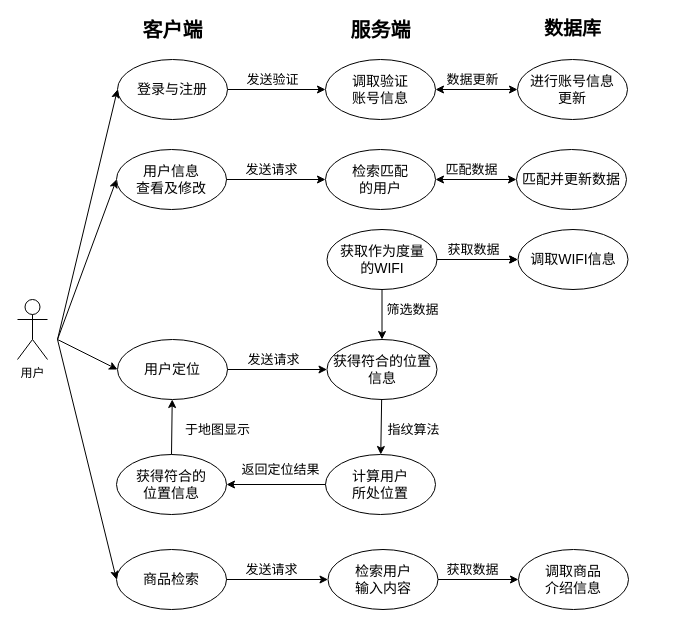
Witchcraft-Jasper/SWIEAGO keeps this draw.io diagram as graphs/use-case.drawio. Above is the earlier version. Source tidied: cells renumbered, new cells numbered last; positions are measured from the earlier drawing's top-left corner, leaving out a move shared by most shapes. Both pictures are drawn from the tidied source at 100%, with x=0, y=0 at pixel (17, 19).
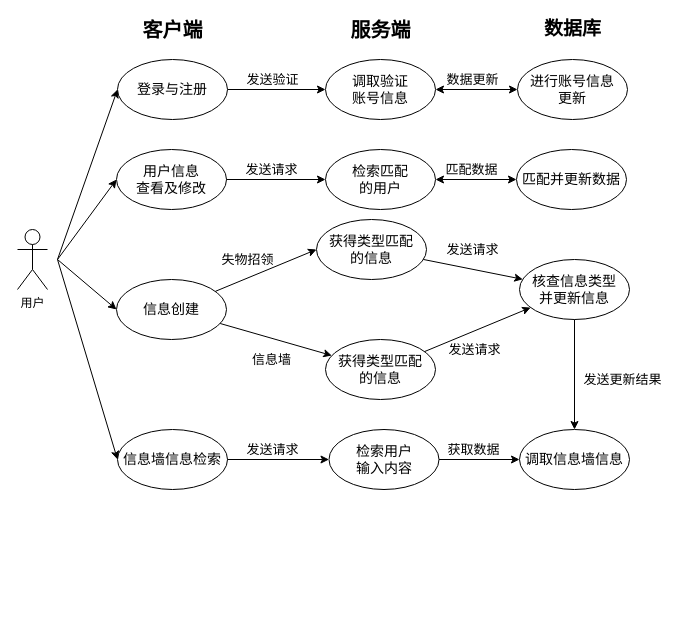
The same diagram, later.

The change refers to these unchanged cells:
```xml
<mxCell id="5" value="登录与注册" style="ellipse;whiteSpace=wrap;html=1;fontSize=14;" parent="1" vertex="1">
  <mxGeometry x="100" y="40" width="110" height="60" as="geometry" />
</mxCell>
<mxCell id="20" value="用户信息&lt;br&gt;查看及修改" style="ellipse;whiteSpace=wrap;html=1;fontSize=14;" parent="1" vertex="1">
  <mxGeometry x="99" y="130" width="110" height="60" as="geometry" />
</mxCell>
```

Change to the diagram source:
```diff
@@
     <mxCell id="2" value="用户" style="shape=umlActor;verticalLabelPosition=bottom;verticalAlign=top;html=1;" parent="1" vertex="1">
-      <mxGeometry y="280" width="30" height="60" as="geometry" />
+      <mxGeometry y="210" width="30" height="60" as="geometry" />
     </mxCell>
@@
     <mxCell id="6" style="endArrow=classic;html=1;fontSize=14;entryX=0;entryY=0.5;entryDx=0;entryDy=0;" parent="1" edge="1" target="5">
       <mxGeometry relative="1" as="geometry">
-        <mxPoint x="40" y="320" as="sourcePoint" />
+        <mxPoint x="40" y="240" as="sourcePoint" />
       </mxGeometry>
     </mxCell>
-    <mxCell id="7" value="用户定位" style="ellipse;whiteSpace=wrap;html=1;fontSize=14;" parent="1" vertex="1">
-      <mxGeometry x="100" y="320" width="110" height="60" as="geometry" />
+    <mxCell id="7" value="信息创建" style="ellipse;whiteSpace=wrap;html=1;fontSize=14;" parent="1" vertex="1">
+      <mxGeometry x="99" y="260" width="110" height="60" as="geometry" />
     </mxCell>
     <mxCell id="8" style="endArrow=classic;html=1;fontSize=14;entryX=0;entryY=0.5;entryDx=0;entryDy=0;" parent="1" edge="1" target="7">
       <mxGeometry relative="1" as="geometry">
-        <mxPoint x="40" y="320" as="sourcePoint" />
+        <mxPoint x="40" y="240" as="sourcePoint" />
       </mxGeometry>
     </mxCell>
@@
-    <mxCell id="10" value="获得符合的位置信息" style="ellipse;whiteSpace=wrap;html=1;fontSize=14;" parent="1" vertex="1">
-      <mxGeometry x="309.5" y="320" width="110" height="60" as="geometry" />
+    <mxCell id="10" value="获得类型匹配&lt;br&gt;的信息" style="ellipse;whiteSpace=wrap;html=1;fontSize=14;" parent="1" vertex="1">
+      <mxGeometry x="299" y="200" width="110" height="60" as="geometry" />
     </mxCell>
-    <mxCell id="11" style="endArrow=classic;html=1;fontSize=14;exitX=1;exitY=0.5;exitDx=0;exitDy=0;entryX=0;entryY=0.5;entryDx=0;entryDy=0;" parent="1" edge="1" source="7" target="10">
+    <mxCell id="11" style="endArrow=classic;html=1;fontSize=14;entryX=0;entryY=0.5;entryDx=0;entryDy=0;" parent="1" edge="1" source="7" target="10">
       <mxGeometry relative="1" as="geometry" />
     </mxCell>
     <mxCell id="12" value="&lt;font style=&quot;font-size: 13px&quot;&gt;发送请求&lt;/font&gt;" style="text;html=1;align=center;verticalAlign=middle;strokeColor=none;fontSize=14;" parent="1" vertex="1">
-      <mxGeometry x="220.5" y="330" width="70" height="20" as="geometry" />
+      <mxGeometry x="420" y="220" width="70" height="20" as="geometry" />
     </mxCell>
@@
     <mxCell id="19" style="endArrow=classic;html=1;fontSize=14;entryX=0;entryY=0.5;entryDx=0;entryDy=0;" parent="1" edge="1" target="20">
       <mxGeometry relative="1" as="geometry">
-        <mxPoint x="40" y="320" as="sourcePoint" />
+        <mxPoint x="40" y="240" as="sourcePoint" />
       </mxGeometry>
     </mxCell>
@@
-    <mxCell id="26" value="获取作为度量&lt;br&gt;的WIFI" style="ellipse;whiteSpace=wrap;html=1;fontSize=14;" parent="1" vertex="1">
-      <mxGeometry x="309.5" y="210" width="110" height="60" as="geometry" />
-    </mxCell>
-    <mxCell id="27" value="调取WIFI信息" style="ellipse;whiteSpace=wrap;html=1;fontSize=14;" parent="1" vertex="1">
-      <mxGeometry x="500.5" y="210" width="110" height="60" as="geometry" />
-    </mxCell>
-    <mxCell id="28" value="&lt;font style=&quot;font-size: 13px&quot;&gt;获取数据&lt;/font&gt;" style="text;html=1;align=center;verticalAlign=middle;strokeColor=none;fontSize=14;" parent="1" vertex="1">
-      <mxGeometry x="420.5" y="220" width="70" height="20" as="geometry" />
-    </mxCell>
@@
-    <mxCell id="30" style="endArrow=classic;html=1;" parent="1" edge="1" source="26" target="27">
-      <mxGeometry relative="1" as="geometry" />
-    </mxCell>
-    <mxCell id="31" style="endArrow=classic;html=1;" parent="1" edge="1" source="26" target="10">
-      <mxGeometry relative="1" as="geometry" />
-    </mxCell>
-    <mxCell id="32" value="&lt;font style=&quot;font-size: 13px&quot;&gt;筛选数据&lt;/font&gt;" style="text;html=1;align=center;verticalAlign=middle;strokeColor=none;rotation=0;" parent="1" vertex="1">
-      <mxGeometry x="360" y="280" width="70" height="20" as="geometry" />
-    </mxCell>
-    <mxCell id="33" value="计算用户&lt;br&gt;所处位置" style="ellipse;whiteSpace=wrap;html=1;fontSize=14;" parent="1" vertex="1">
-      <mxGeometry x="308" y="435" width="110" height="60" as="geometry" />
+    <mxCell id="33" value="核查信息类型&lt;br&gt;并更新信息" style="ellipse;whiteSpace=wrap;html=1;fontSize=14;" parent="1" vertex="1">
+      <mxGeometry x="502" y="240" width="110" height="60" as="geometry" />
     </mxCell>
@@
-    <mxCell id="35" value="获得符合的&lt;br&gt;位置信息" style="ellipse;whiteSpace=wrap;html=1;fontSize=14;" parent="1" vertex="1">
-      <mxGeometry x="99" y="435" width="110" height="60" as="geometry" />
+    <mxCell id="35" value="获得类型匹配&lt;br&gt;的信息" style="ellipse;whiteSpace=wrap;html=1;fontSize=14;" parent="1" vertex="1">
+      <mxGeometry x="308" y="320" width="110" height="60" as="geometry" />
     </mxCell>
-    <mxCell id="36" value="&lt;font style=&quot;font-size: 13px&quot;&gt;指纹算法&lt;/font&gt;" style="text;html=1;align=center;verticalAlign=middle;strokeColor=none;" parent="1" vertex="1">
-      <mxGeometry x="360.5" y="400" width="70" height="20" as="geometry" />
-    </mxCell>
-    <mxCell id="37" style="endArrow=classic;html=1;" parent="1" edge="1" source="33" target="35">
+    <mxCell id="37" style="endArrow=classic;html=1;" parent="1" edge="1" source="35" target="33">
       <mxGeometry relative="1" as="geometry" />
     </mxCell>
-    <mxCell id="38" value="&lt;font style=&quot;font-size: 13px&quot;&gt;返回定位结果&lt;/font&gt;" style="text;html=1;align=center;verticalAlign=middle;strokeColor=none;" parent="1" vertex="1">
-      <mxGeometry x="218" y="440" width="90" height="20" as="geometry" />
+    <mxCell id="38" value="&lt;font style=&quot;font-size: 13px&quot;&gt;失物招领&lt;/font&gt;" style="text;html=1;align=center;verticalAlign=middle;strokeColor=none;" parent="1" vertex="1">
+      <mxGeometry x="195" y="230" width="70" height="20" as="geometry" />
     </mxCell>
-    <mxCell id="39" style="endArrow=classic;html=1;" parent="1" edge="1" source="35" target="7">
+    <mxCell id="39" style="endArrow=classic;html=1;" parent="1" edge="1" source="7" target="35">
       <mxGeometry relative="1" as="geometry" />
     </mxCell>
-    <mxCell id="40" value="&lt;font style=&quot;font-size: 13px&quot;&gt;于地图显示&lt;/font&gt;" style="text;html=1;align=center;verticalAlign=middle;strokeColor=none;" parent="1" vertex="1">
-      <mxGeometry x="160" y="400" width="80" height="20" as="geometry" />
+    <mxCell id="40" value="&lt;font style=&quot;font-size: 13px&quot;&gt;信息墙&lt;/font&gt;" style="text;html=1;align=center;verticalAlign=middle;strokeColor=none;" parent="1" vertex="1">
+      <mxGeometry x="229" y="330" width="50" height="20" as="geometry" />
     </mxCell>
-    <mxCell id="41" value="商品检索" style="ellipse;whiteSpace=wrap;html=1;fontSize=14;" parent="1" vertex="1">
-      <mxGeometry x="99" y="530" width="110" height="60" as="geometry" />
+    <mxCell id="41" value="信息墙信息检索" style="ellipse;whiteSpace=wrap;html=1;fontSize=14;" parent="1" vertex="1">
+      <mxGeometry x="100" y="410" width="110" height="60" as="geometry" />
     </mxCell>
     <mxCell id="42" value="检索用户&lt;br&gt;输入内容" style="ellipse;whiteSpace=wrap;html=1;fontSize=14;" parent="1" vertex="1">
-      <mxGeometry x="310.5" y="530" width="110" height="60" as="geometry" />
+      <mxGeometry x="311.5" y="410" width="110" height="60" as="geometry" />
     </mxCell>
-    <mxCell id="43" value="调取商品&lt;br&gt;介绍信息" style="ellipse;whiteSpace=wrap;html=1;fontSize=14;" parent="1" vertex="1">
-      <mxGeometry x="501" y="530" width="110" height="60" as="geometry" />
+    <mxCell id="43" value="调取信息墙信息" style="ellipse;whiteSpace=wrap;html=1;fontSize=14;" parent="1" vertex="1">
+      <mxGeometry x="502" y="410" width="110" height="60" as="geometry" />
     </mxCell>
     <mxCell id="44" style="endArrow=classic;html=1;fontSize=14;" parent="1" edge="1" source="41" target="42">
       <mxGeometry relative="1" as="geometry">
         <Array as="points">
-          <mxPoint x="268.5" y="560" />
+          <mxPoint x="269.5" y="440" />
         </Array>
       </mxGeometry>
     </mxCell>
     <mxCell id="45" value="&lt;font style=&quot;font-size: 13px&quot;&gt;发送请求&lt;/font&gt;" style="text;html=1;align=center;verticalAlign=middle;strokeColor=none;fontSize=14;rotation=0;" parent="1" vertex="1">
-      <mxGeometry x="219" y="540" width="70" height="20" as="geometry" />
+      <mxGeometry x="220" y="420" width="70" height="20" as="geometry" />
     </mxCell>
-    <mxCell id="46" style="endArrow=classic;html=1;" parent="1" edge="1">
-      <mxGeometry relative="1" as="geometry">
-        <mxPoint x="419" y="240" as="sourcePoint" />
-        <mxPoint x="500" y="240" as="targetPoint" />
-      </mxGeometry>
-    </mxCell>
     <mxCell id="47" value="&lt;font style=&quot;font-size: 13px&quot;&gt;获取数据&lt;/font&gt;" style="text;html=1;align=center;verticalAlign=middle;strokeColor=none;fontSize=14;" parent="1" vertex="1">
-      <mxGeometry x="420" y="540" width="70" height="20" as="geometry" />
+      <mxGeometry x="421" y="420" width="70" height="20" as="geometry" />
     </mxCell>
@@
     <mxCell id="49" style="endArrow=classic;html=1;fontSize=14;entryX=0;entryY=0.5;entryDx=0;entryDy=0;" parent="1" edge="1" target="41">
       <mxGeometry relative="1" as="geometry">
-        <mxPoint x="40" y="320" as="sourcePoint" />
+        <mxPoint x="40" y="240" as="sourcePoint" />
       </mxGeometry>
     </mxCell>
+    <mxCell id="50" value="&lt;font style=&quot;font-size: 13px&quot;&gt;发送请求&lt;/font&gt;" style="text;html=1;align=center;verticalAlign=middle;strokeColor=none;fontSize=14;" parent="1" vertex="1">
+      <mxGeometry x="421.5" y="320" width="70" height="20" as="geometry" />
+    </mxCell>
+    <mxCell id="51" style="endArrow=classic;html=1;rounded=0;" parent="1" edge="1" source="33" target="43">
+      <mxGeometry relative="1" as="geometry" />
+    </mxCell>
+    <mxCell id="52" value="&lt;font style=&quot;font-size: 13px&quot;&gt;发送更新结果&lt;/font&gt;" style="text;html=1;align=center;verticalAlign=middle;strokeColor=none;fontSize=14;" parent="1" vertex="1">
+      <mxGeometry x="560" y="350" width="90" height="20" as="geometry" />
+    </mxCell>
```
